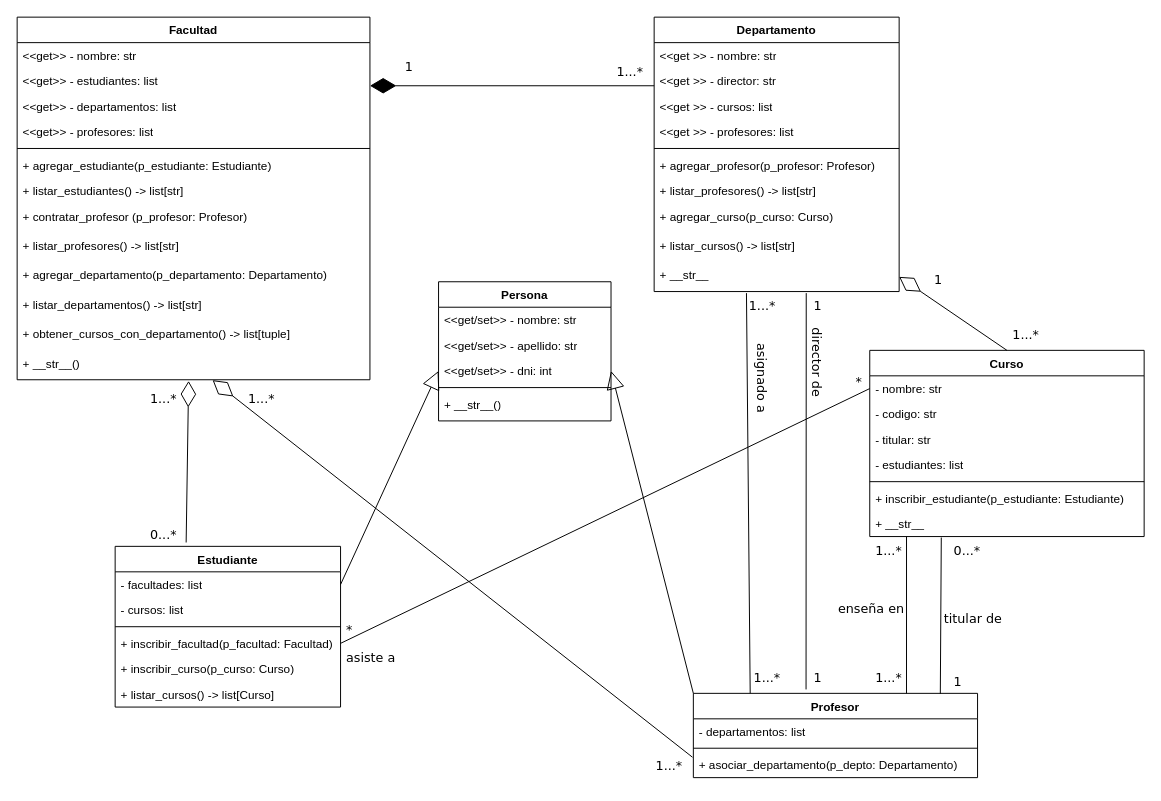
FelipeCarrozzo/prog_avanzada keeps this draw.io diagram as TrabajoPractico_2/proyecto1/docs/diagrama_UML_p1.drawio. Above is the earlier version. Source tidied: cells renumbered, new cells numbered last; positions are measured from the earlier drawing's top-left corner, leaving out a move shared by most shapes. Both pictures are drawn from the tidied source at 98%, with x=0, y=0 at pixel (17, 17).
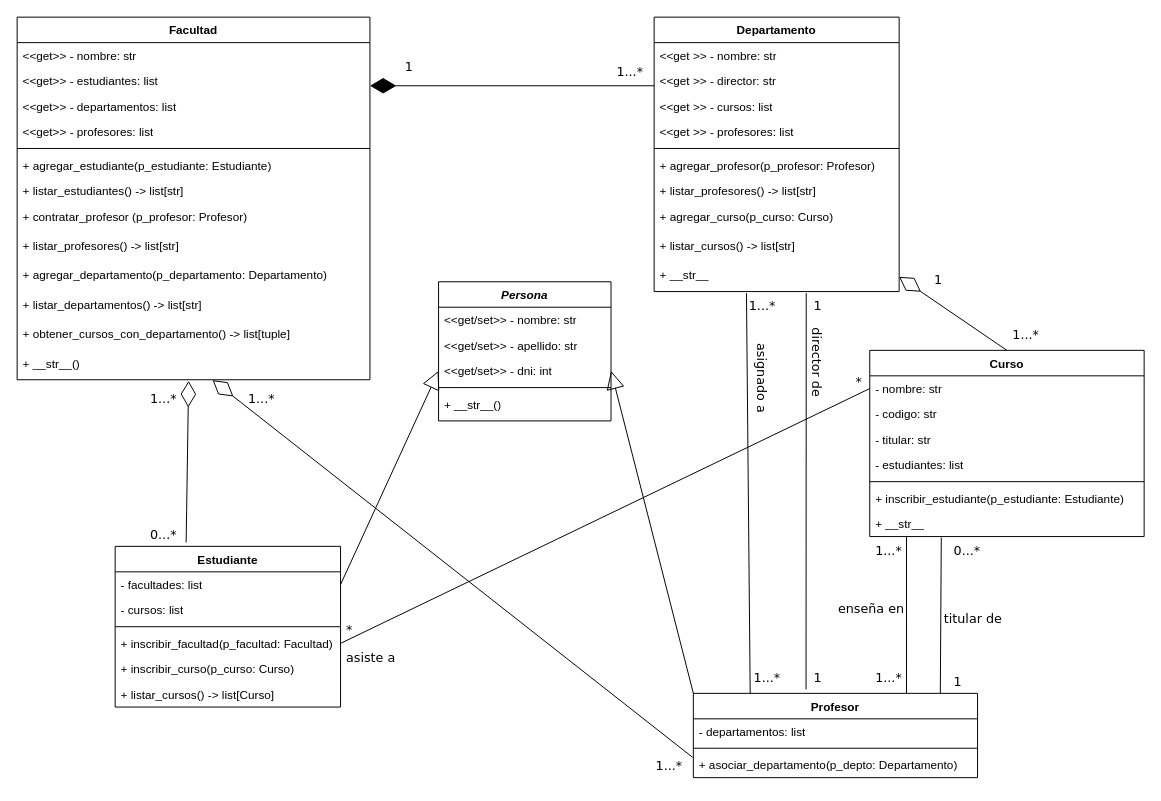
The same page after the edit.

Diff of the diagram source:
```diff
@@
-    <mxCell id="46" value="Persona" style="swimlane;fontStyle=1;align=center;verticalAlign=top;horizontal=1;startSize=26;whiteSpace=wrap;html=1;" parent="1" vertex="1">
+    <mxCell id="46" value="&lt;i&gt;&lt;font style=&quot;color: rgb(0, 0, 0);&quot;&gt;Persona&lt;/font&gt;&lt;/i&gt;" style="swimlane;fontStyle=1;align=center;verticalAlign=top;horizontal=1;startSize=26;whiteSpace=wrap;html=1;" parent="1" vertex="1">
       <mxGeometry x="430" y="270" width="176" height="142" as="geometry" />
     </mxCell>
```
